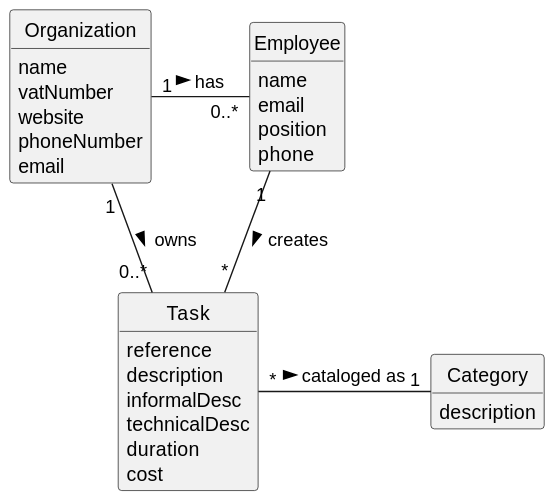
Earlier version of the PlantUML export docs/sprintA/us007/02.analysis/svg/us007-domain-model.svg (ricardomm7/leaflink).
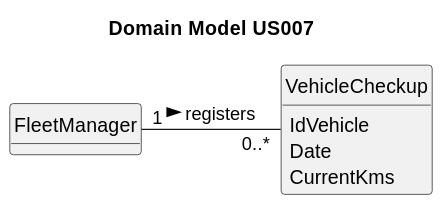
The same diagram one commit later.

The edit, as a diff of the source:
```diff
@@ -9,39 +9,18 @@
 hide circle
 hide methods
 
+title Domain Model US007
 
 
-class Organization {
-    name
-    vatNumber
-    website
-    phoneNumber
-    email
+class FleetManager {
+
 }
 
-class Task {
-    reference
-    description
-    informalDesc
-    technicalDesc
-    duration
-    cost
+class VehicleCheckup {
+    IdVehicle
+    Date
+    CurrentKms
 }
 
-class Category {
-    description
-}
-
-class Employee {
-    name
-    email
-    position
-    phone
-}
-
-
-Organization "1" - "0..*" Employee : has >
-Organization "1" - "0..*" Task: owns >
-Employee "1" -- "*" Task : creates >
-Task "*" - "1" Category: cataloged as >
+FleetManager "1" - "0..*" VehicleCheckup : registers >
 @enduml
```
